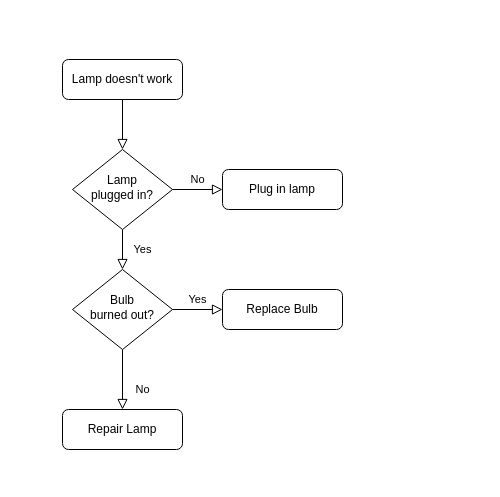
Above: 系統流程圖(系統管理員登入頁面).drawio in hak99101314/Maintenance-inquiry-system (draw.io), before the change. Source tidied: cells renumbered, new cells numbered last; positions are measured from the earlier drawing's top-left corner, leaving out a move shared by most shapes. Both pictures are drawn from the tidied source at 100%, with x=0, y=0 at pixel (62, 59).
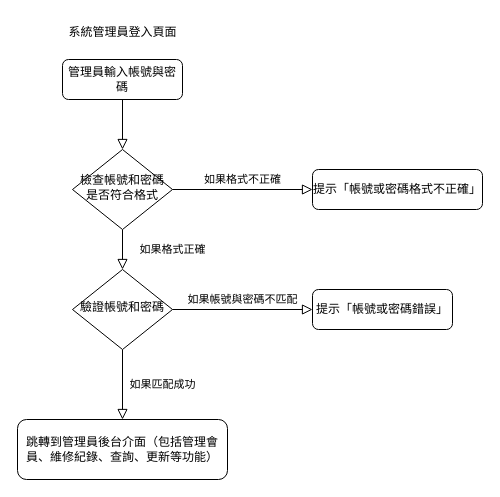
Above is the later version.

Commit message:
更新系統流程圖(系統管理員登入頁面).drawio

The edit, as a diff of the source:
```diff
@@
 <mxGraphModel>
   <root>
     <mxCell id="0" />
     <mxCell id="1" parent="0" />
     <mxCell id="2" style="rounded=0;html=1;jettySize=auto;fontSize=11;endArrow=block;endFill=0;endSize=8;strokeWidth=1;shadow=0;labelBackgroundColor=none;edgeStyle=orthogonalEdgeStyle;" parent="1" edge="1" source="3" target="6">
       <mxGeometry relative="1" as="geometry" />
     </mxCell>
-    <mxCell id="3" value="Lamp doesn't work" style="rounded=1;whiteSpace=wrap;html=1;fontSize=12;glass=0;strokeWidth=1;shadow=0;" parent="1" vertex="1">
+    <mxCell id="3" value="&lt;div&gt;管理員輸入帳號與密碼&lt;/div&gt;" style="rounded=1;whiteSpace=wrap;html=1;fontSize=12;glass=0;strokeWidth=1;shadow=0;" parent="1" vertex="1">
       <mxGeometry width="120" height="40" as="geometry" />
     </mxCell>
-    <mxCell id="4" value="Yes" style="rounded=0;html=1;jettySize=auto;fontSize=11;endArrow=block;endFill=0;endSize=8;strokeWidth=1;shadow=0;labelBackgroundColor=none;edgeStyle=orthogonalEdgeStyle;" parent="1" edge="1" source="6" target="10">
-      <mxGeometry y="20" relative="1" as="geometry" />
+    <mxCell id="4" value="&lt;div&gt;如果格式正確&lt;/div&gt;" style="rounded=0;html=1;jettySize=auto;fontSize=11;endArrow=block;endFill=0;endSize=8;strokeWidth=1;shadow=0;labelBackgroundColor=none;edgeStyle=orthogonalEdgeStyle;" parent="1" edge="1" source="6" target="10">
+      <mxGeometry y="50" relative="1" as="geometry" />
     </mxCell>
-    <mxCell id="5" value="No" style="edgeStyle=orthogonalEdgeStyle;rounded=0;html=1;jettySize=auto;fontSize=11;endArrow=block;endFill=0;endSize=8;strokeWidth=1;shadow=0;labelBackgroundColor=none;" parent="1" edge="1" source="6" target="7">
+    <mxCell id="5" value="&lt;div&gt;如果格式不正確&lt;/div&gt;" style="edgeStyle=orthogonalEdgeStyle;rounded=0;html=1;jettySize=auto;fontSize=11;endArrow=block;endFill=0;endSize=8;strokeWidth=1;shadow=0;labelBackgroundColor=none;" parent="1" edge="1" source="6" target="7">
       <mxGeometry y="10" relative="1" as="geometry" />
     </mxCell>
-    <mxCell id="6" value="Lamp&lt;br&gt;plugged in?" style="rhombus;whiteSpace=wrap;html=1;shadow=0;fontFamily=Helvetica;fontSize=12;align=center;strokeWidth=1;spacing=6;spacingTop=-4;" parent="1" vertex="1">
+    <mxCell id="6" value="&lt;div&gt;檢查帳號和密碼是否符合格式&lt;/div&gt;" style="rhombus;whiteSpace=wrap;html=1;shadow=0;fontFamily=Helvetica;fontSize=12;align=center;strokeWidth=1;spacing=6;spacingTop=-4;" parent="1" vertex="1">
       <mxGeometry x="10" y="90" width="100" height="80" as="geometry" />
     </mxCell>
-    <mxCell id="7" value="Plug in lamp" style="rounded=1;whiteSpace=wrap;html=1;fontSize=12;glass=0;strokeWidth=1;shadow=0;" parent="1" vertex="1">
-      <mxGeometry x="160" y="110" width="120" height="40" as="geometry" />
+    <mxCell id="7" value="&lt;div&gt;提示「帳號或密碼格式不正確」&lt;/div&gt;" style="rounded=1;whiteSpace=wrap;html=1;fontSize=12;glass=0;strokeWidth=1;shadow=0;" parent="1" vertex="1">
+      <mxGeometry x="250" y="110" width="170" height="40" as="geometry" />
     </mxCell>
-    <mxCell id="8" value="No" style="rounded=0;html=1;jettySize=auto;fontSize=11;endArrow=block;endFill=0;endSize=8;strokeWidth=1;shadow=0;labelBackgroundColor=none;edgeStyle=orthogonalEdgeStyle;" parent="1" edge="1" source="10" target="11">
-      <mxGeometry x="0.33" y="20" relative="1" as="geometry" />
+    <mxCell id="8" value="&lt;div&gt;如果匹配成功&lt;/div&gt;" style="rounded=0;html=1;jettySize=auto;fontSize=11;endArrow=block;endFill=0;endSize=8;strokeWidth=1;shadow=0;labelBackgroundColor=none;edgeStyle=orthogonalEdgeStyle;" parent="1" edge="1" source="10" target="11">
+      <mxGeometry y="40" relative="1" as="geometry" />
     </mxCell>
-    <mxCell id="9" value="Yes" style="edgeStyle=orthogonalEdgeStyle;rounded=0;html=1;jettySize=auto;fontSize=11;endArrow=block;endFill=0;endSize=8;strokeWidth=1;shadow=0;labelBackgroundColor=none;" parent="1" edge="1" source="10" target="12">
+    <mxCell id="9" value="&lt;div&gt;如果帳號與密碼不匹配&lt;/div&gt;" style="edgeStyle=orthogonalEdgeStyle;rounded=0;html=1;jettySize=auto;fontSize=11;endArrow=block;endFill=0;endSize=8;strokeWidth=1;shadow=0;labelBackgroundColor=none;" parent="1" edge="1" source="10" target="12">
       <mxGeometry y="10" relative="1" as="geometry" />
     </mxCell>
-    <mxCell id="10" value="Bulb&lt;br&gt;burned out?" style="rhombus;whiteSpace=wrap;html=1;shadow=0;fontFamily=Helvetica;fontSize=12;align=center;strokeWidth=1;spacing=6;spacingTop=-4;" parent="1" vertex="1">
+    <mxCell id="10" value="&lt;div&gt;驗證帳號和密碼&lt;/div&gt;" style="rhombus;whiteSpace=wrap;html=1;shadow=0;fontFamily=Helvetica;fontSize=12;align=center;strokeWidth=1;spacing=6;spacingTop=-4;" parent="1" vertex="1">
       <mxGeometry x="10" y="210" width="100" height="80" as="geometry" />
     </mxCell>
-    <mxCell id="11" value="Repair Lamp" style="rounded=1;whiteSpace=wrap;html=1;fontSize=12;glass=0;strokeWidth=1;shadow=0;" parent="1" vertex="1">
-      <mxGeometry y="350" width="120" height="40" as="geometry" />
+    <mxCell id="11" value="&lt;div&gt;跳轉到管理員後台介面（包括管理會員、維修紀錄、查詢、更新等功能）&lt;/div&gt;" style="rounded=1;whiteSpace=wrap;html=1;fontSize=12;glass=0;strokeWidth=1;shadow=0;" parent="1" vertex="1">
+      <mxGeometry x="-45" y="360" width="210" height="60" as="geometry" />
     </mxCell>
-    <mxCell id="12" value="Replace Bulb" style="rounded=1;whiteSpace=wrap;html=1;fontSize=12;glass=0;strokeWidth=1;shadow=0;" parent="1" vertex="1">
-      <mxGeometry x="160" y="230" width="120" height="40" as="geometry" />
+    <mxCell id="12" value="&lt;div&gt;提示「帳號或密碼錯誤」&lt;/div&gt;" style="rounded=1;whiteSpace=wrap;html=1;fontSize=12;glass=0;strokeWidth=1;shadow=0;" parent="1" vertex="1">
+      <mxGeometry x="250" y="230" width="140" height="40" as="geometry" />
     </mxCell>
+    <mxCell id="13" value="&lt;div&gt;系統管理員登入頁面&lt;/div&gt;" style="text;html=1;align=center;verticalAlign=middle;strokeColor=none;fillColor=none;" parent="1" vertex="1">
+      <mxGeometry x="-5" y="-42" width="130" height="30" as="geometry" />
+    </mxCell>
   </root>
 </mxGraphModel>
```
